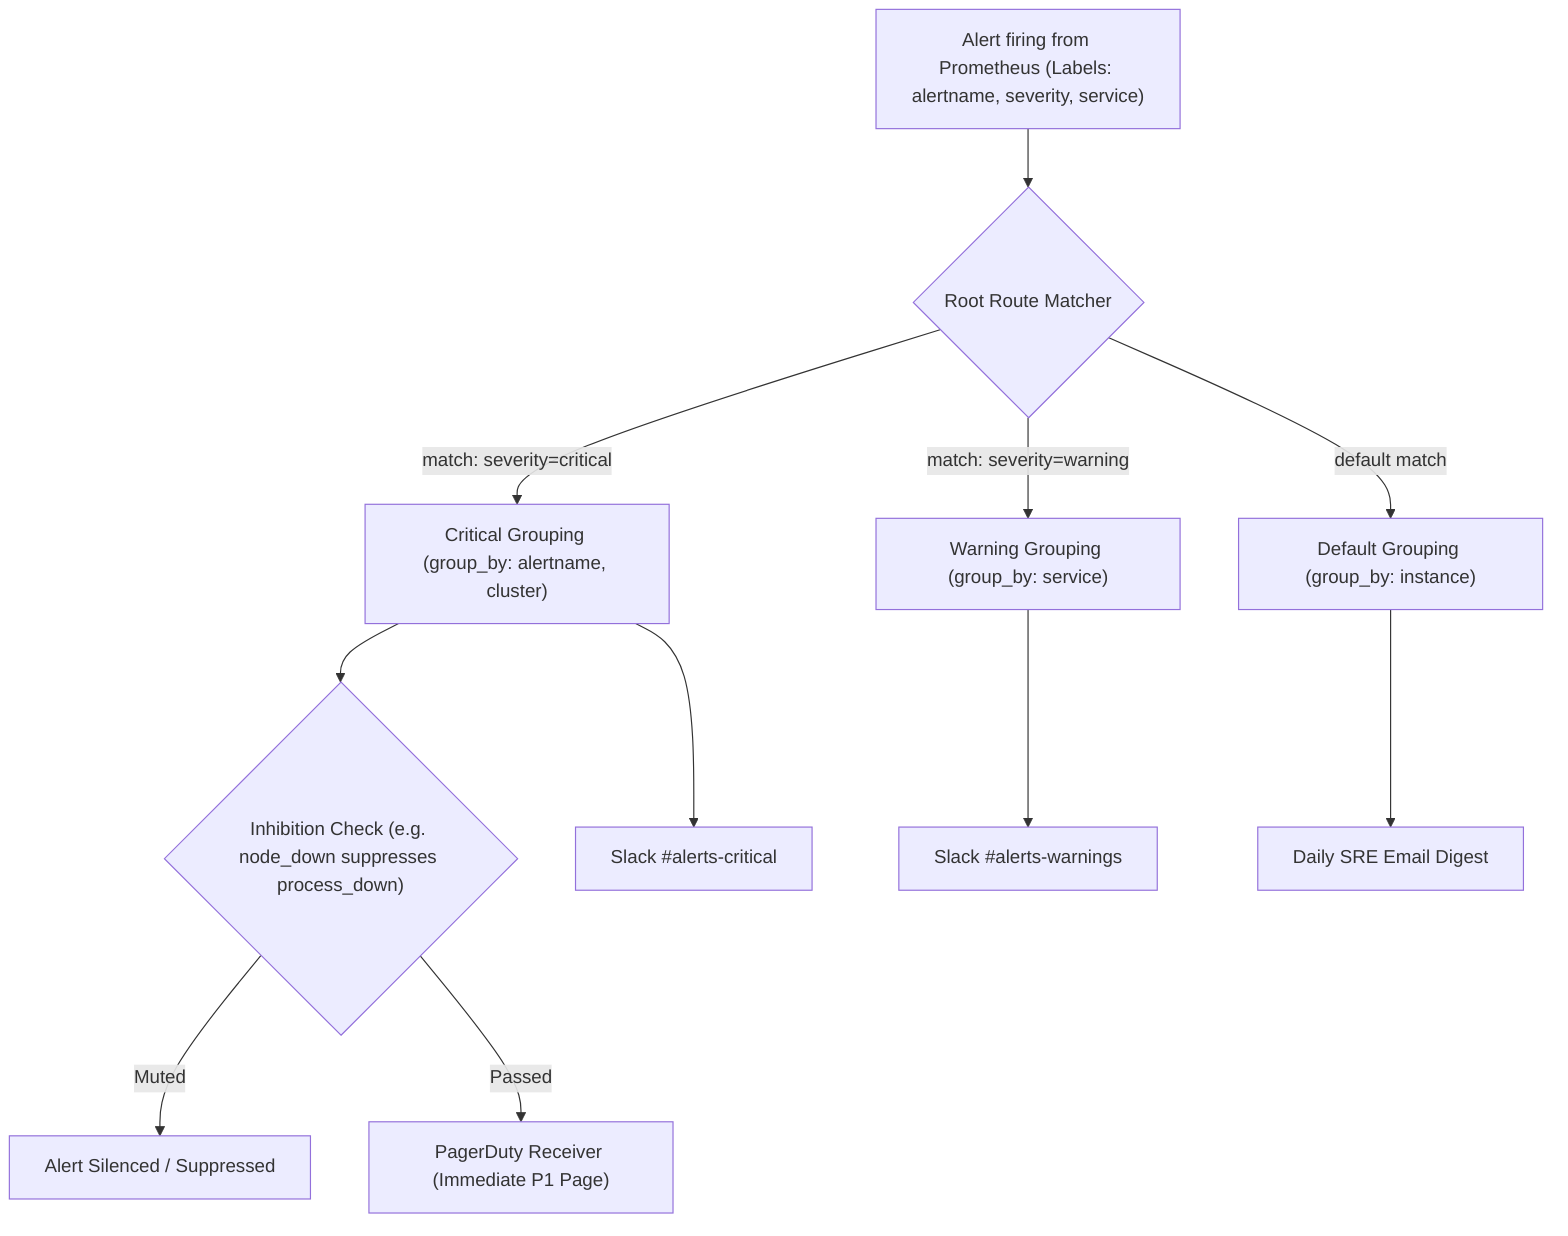
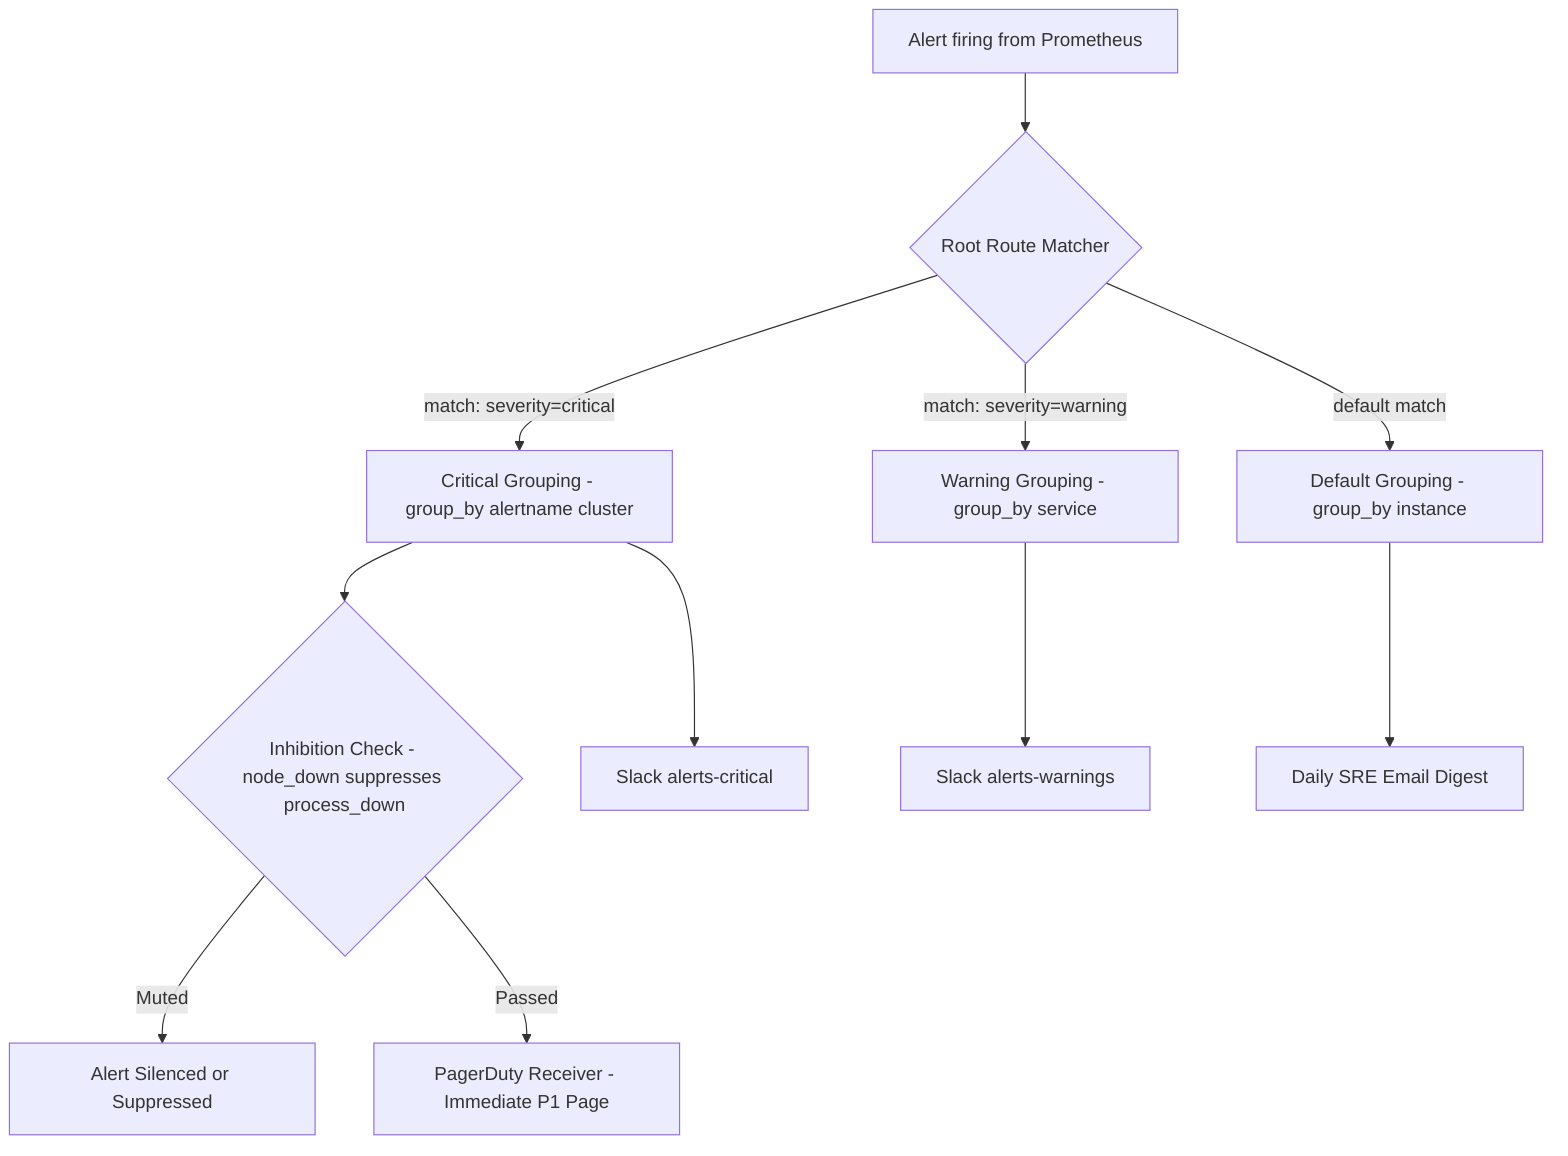
graph TD
-     INCOMING["Alert firing from Prometheus (Labels: alertname, severity, service)"] --> ROUTER{"Root Route Matcher"}
+     INCOMING[Alert firing from Prometheus] --> ROUTER{Root Route Matcher}

-     ROUTER -->|match: severity=critical| CRIT_NODE["Critical Grouping (group_by: alertname, cluster)"]
-     ROUTER -->|match: severity=warning| WARN_NODE["Warning Grouping (group_by: service)"]
-     ROUTER -->|default match| DEF_NODE["Default Grouping (group_by: instance)"]
+     ROUTER -->|match: severity=critical| CRIT_NODE[Critical Grouping - group_by alertname cluster]
+     ROUTER -->|match: severity=warning| WARN_NODE[Warning Grouping - group_by service]
+     ROUTER -->|default match| DEF_NODE[Default Grouping - group_by instance]

-     CRIT_NODE --> INHIBIT{"Inhibition Check (e.g. node_down suppresses process_down)"}
-     INHIBIT -->|Muted| DROPPED["Alert Silenced / Suppressed"]
-     INHIBIT -->|Passed| PD_RECV["PagerDuty Receiver (Immediate P1 Page)"]
-     CRIT_NODE --> SLACK_CRIT["Slack #alerts-critical"]
+     CRIT_NODE --> INHIBIT{Inhibition Check - node_down suppresses process_down}
+     INHIBIT -->|Muted| DROPPED[Alert Silenced or Suppressed]
+     INHIBIT -->|Passed| PD_RECV[PagerDuty Receiver - Immediate P1 Page]
+     CRIT_NODE --> SLACK_CRIT[Slack alerts-critical]

-     WARN_NODE --> SLACK_WARN["Slack #alerts-warnings"]
-     DEF_NODE --> EMAIL_DIGEST["Daily SRE Email Digest"]
+     WARN_NODE --> SLACK_WARN[Slack alerts-warnings]
+     DEF_NODE --> EMAIL_DIGEST[Daily SRE Email Digest]
